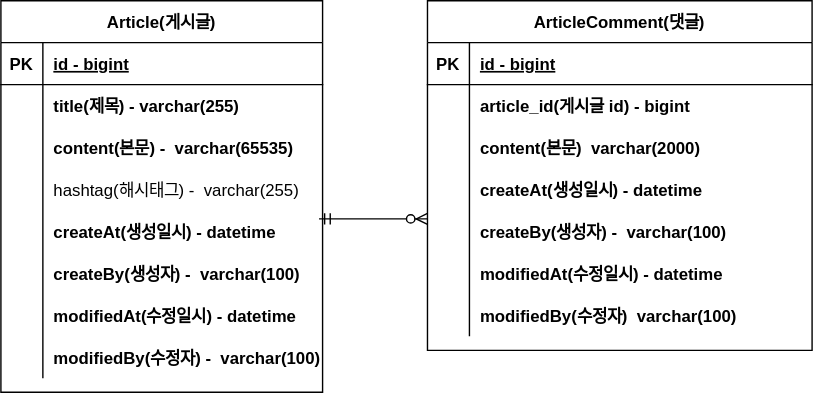
Above: documents/project-board-erd.svg in Alice-SH-Yoo/javaspring-project-board (draw.io), before the change. Source tidied: cells renumbered, new cells last; positions are measured from the earlier drawing's top-left corner, leaving out a move shared by most shapes.
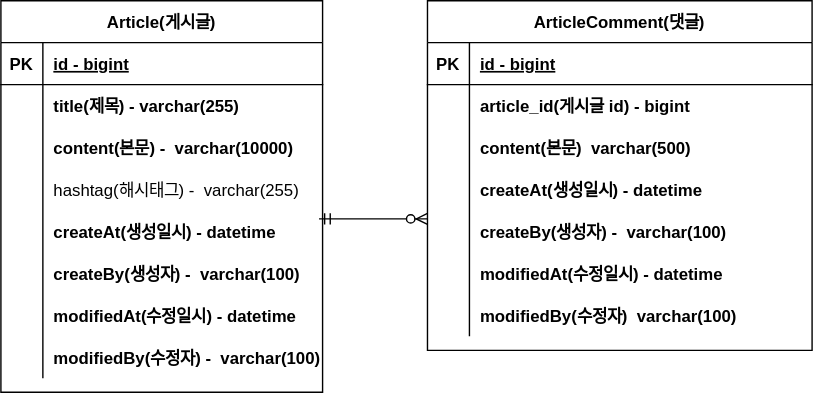
After the commit.

Commit message:
#10 - ERD 업데이트 : content 사이즈 변경

Diff of the diagram source:
```diff
@@ -29,7 +29,7 @@
     <mxCell id="10" style="shape=partialRectangle;overflow=hidden;fillColor=none;top=0;left=0;bottom=0;right=0;" parent="9" vertex="1">
       <mxGeometry width="30" height="30" as="geometry" />
     </mxCell>
-    <mxCell id="11" value="content(본문) -  varchar(65535)" style="shape=partialRectangle;overflow=hidden;fillColor=none;top=0;left=0;bottom=0;right=0;align=left;spacingLeft=6;fontStyle=1;" parent="9" vertex="1">
+    <mxCell id="11" value="content(본문) -  varchar(10000)" style="shape=partialRectangle;overflow=hidden;fillColor=none;top=0;left=0;bottom=0;right=0;align=left;spacingLeft=6;fontStyle=1;" parent="9" vertex="1">
       <mxGeometry x="30" width="200" height="30" as="geometry" />
     </mxCell>
     <mxCell id="12" style="shape=partialRectangle;fillColor=none;top=0;left=0;right=0;bottom=0;" parent="2" vertex="1">
@@ -104,7 +104,7 @@
     <mxCell id="35" style="shape=partialRectangle;overflow=hidden;fillColor=none;top=0;left=0;bottom=0;right=0;" parent="34" vertex="1">
       <mxGeometry width="30" height="30" as="geometry" />
     </mxCell>
-    <mxCell id="36" value="content(본문)  varchar(2000)" style="shape=partialRectangle;overflow=hidden;fillColor=none;top=0;left=0;bottom=0;right=0;align=left;spacingLeft=6;fontStyle=1;" parent="34" vertex="1">
+    <mxCell id="36" value="content(본문)  varchar(500)" style="shape=partialRectangle;overflow=hidden;fillColor=none;top=0;left=0;bottom=0;right=0;align=left;spacingLeft=6;fontStyle=1;" parent="34" vertex="1">
       <mxGeometry x="30" width="245" height="30" as="geometry" />
     </mxCell>
     <mxCell id="37" style="shape=partialRectangle;fillColor=none;top=0;left=0;right=0;bottom=0;" parent="27" vertex="1">
```
